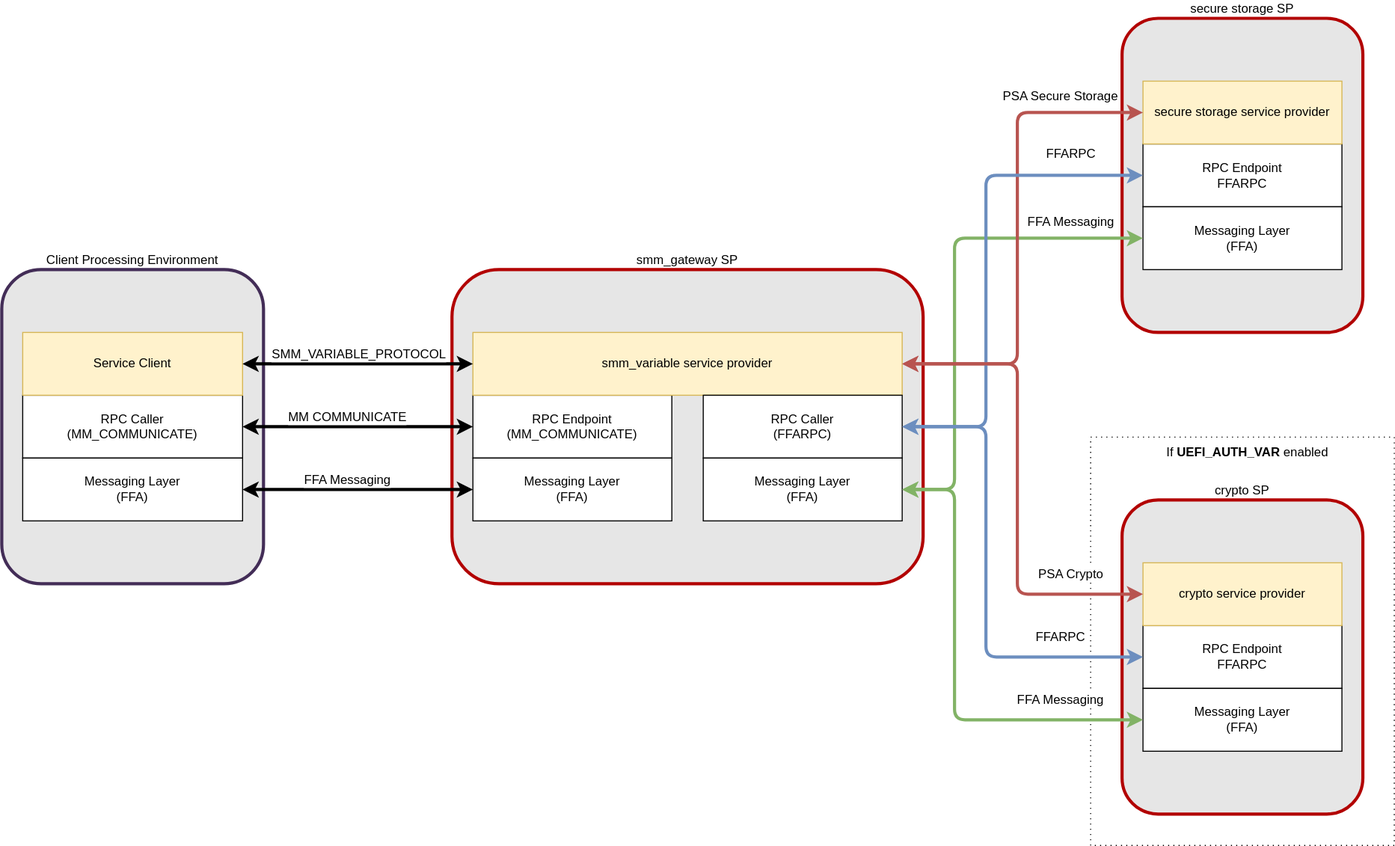
Before: docs/services/image/smm-gateway-layers.svg, a diagram exported from draw.io (robbie-cao/trusted-services). Source tidied: cells renumbered, new cells last; positions are measured from the earlier drawing's top-left corner, leaving out a move shared by most shapes.
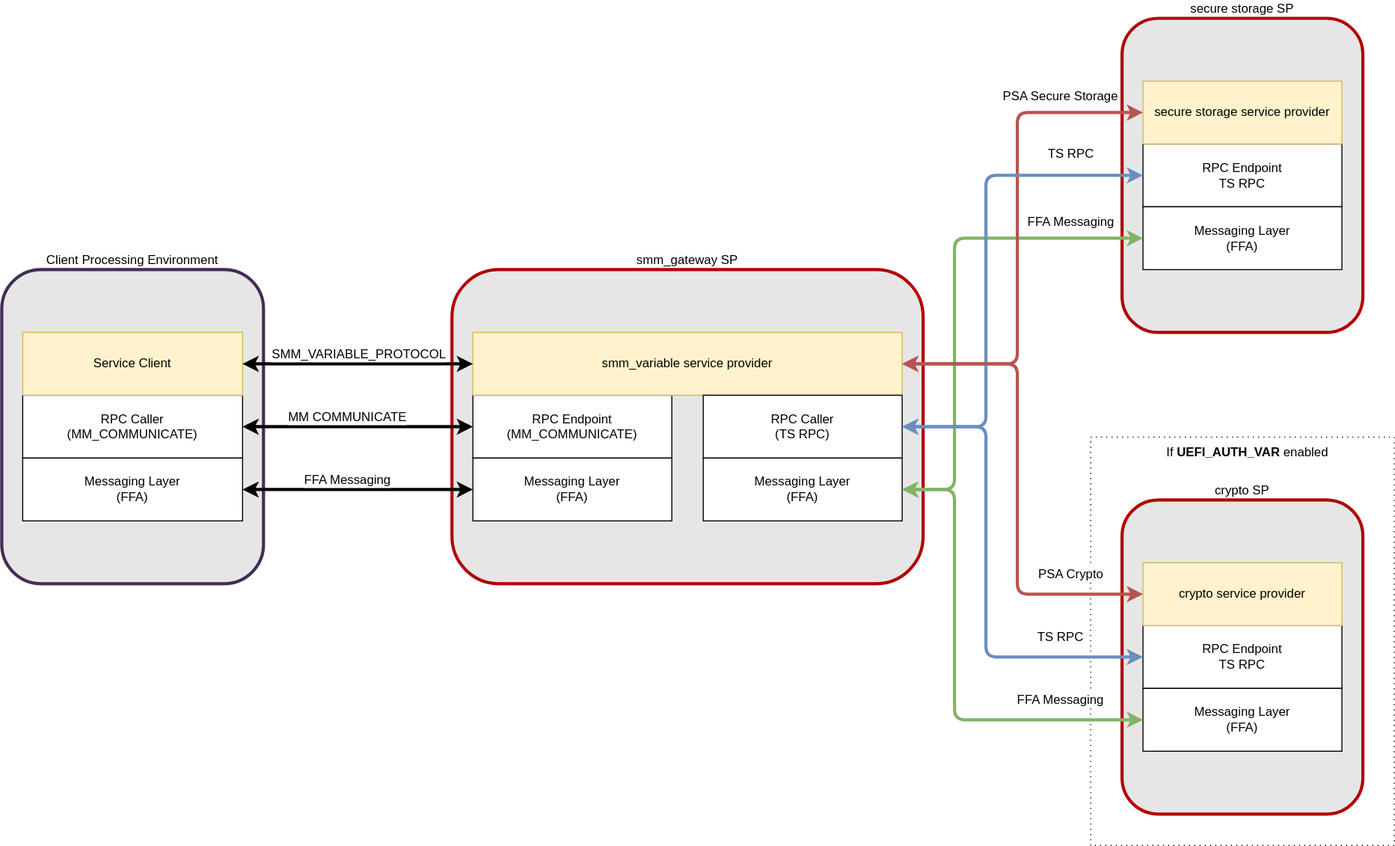
Above is the later version.

Commit message:
Update UEFI SMM services protocol documentation

Update MM communicate register ABI documentation to match the
implementation.

Change to the diagram source:
```diff
@@ -57,7 +57,7 @@
         <mxPoint x="27" y="-10" as="offset" />
       </mxGeometry>
     </mxCell>
-    <mxCell id="17" value="RPC Caller&lt;br&gt;(FFARPC)" style="rounded=0;whiteSpace=wrap;html=1;" parent="1" vertex="1">
+    <mxCell id="17" value="RPC Caller&lt;br&gt;(TS RPC)" style="rounded=0;whiteSpace=wrap;html=1;" parent="1" vertex="1">
       <mxGeometry x="670" y="360" width="190" height="60" as="geometry" />
     </mxCell>
     <mxCell id="18" value="Messaging Layer&lt;br&gt;(FFA)" style="rounded=0;whiteSpace=wrap;html=1;" parent="1" vertex="1">
@@ -72,7 +72,7 @@
     <mxCell id="21" value="secure storage SP" style="rounded=1;whiteSpace=wrap;html=1;fillColor=#E6E6E6;strokeColor=#B20000;labelPosition=center;verticalLabelPosition=top;align=center;verticalAlign=bottom;fontColor=#000000;strokeWidth=3;" parent="20" vertex="1">
       <mxGeometry width="230" height="300" as="geometry" />
     </mxCell>
-    <mxCell id="22" value="RPC Endpoint&lt;br&gt;FFARPC" style="rounded=0;whiteSpace=wrap;html=1;" parent="20" vertex="1">
+    <mxCell id="22" value="RPC Endpoint&lt;br&gt;TS RPC" style="rounded=0;whiteSpace=wrap;html=1;" parent="20" vertex="1">
       <mxGeometry x="20" y="120" width="190" height="60" as="geometry" />
     </mxCell>
     <mxCell id="23" value="Messaging Layer&lt;br&gt;(FFA)" style="rounded=0;whiteSpace=wrap;html=1;" parent="20" vertex="1">
@@ -115,7 +115,7 @@
         </Array>
       </mxGeometry>
     </mxCell>
-    <mxCell id="30" value="FFARPC" style="text;html=1;align=center;verticalAlign=middle;labelBackgroundColor=#ffffff;" parent="29" vertex="1">
+    <mxCell id="30" value="TS RPC" style="text;html=1;align=center;verticalAlign=middle;labelBackgroundColor=#ffffff;" parent="29" vertex="1">
       <mxGeometry x="-0.25" relative="1" as="geometry">
         <mxPoint x="80" y="-164" as="offset" />
       </mxGeometry>
@@ -126,7 +126,7 @@
     <mxCell id="32" value="crypto SP" style="rounded=1;whiteSpace=wrap;html=1;fillColor=#E6E6E6;strokeColor=#B20000;labelPosition=center;verticalLabelPosition=top;align=center;verticalAlign=bottom;fontColor=#000000;strokeWidth=3;" parent="31" vertex="1">
       <mxGeometry width="230" height="300" as="geometry" />
     </mxCell>
-    <mxCell id="33" value="RPC Endpoint&lt;br&gt;FFARPC" style="rounded=0;whiteSpace=wrap;html=1;" parent="31" vertex="1">
+    <mxCell id="33" value="RPC Endpoint&lt;br&gt;TS RPC" style="rounded=0;whiteSpace=wrap;html=1;" parent="31" vertex="1">
       <mxGeometry x="20" y="120" width="190" height="60" as="geometry" />
     </mxCell>
     <mxCell id="34" value="Messaging Layer&lt;br&gt;(FFA)" style="rounded=0;whiteSpace=wrap;html=1;" parent="31" vertex="1">
@@ -156,7 +156,7 @@
         </Array>
       </mxGeometry>
     </mxCell>
-    <mxCell id="39" value="FFARPC" style="text;html=1;align=center;verticalAlign=middle;labelBackgroundColor=#ffffff;" parent="38" vertex="1">
+    <mxCell id="39" value="TS RPC" style="text;html=1;align=center;verticalAlign=middle;labelBackgroundColor=#ffffff;" parent="38" vertex="1">
       <mxGeometry x="-0.25" relative="1" as="geometry">
         <mxPoint x="70" y="111" as="offset" />
       </mxGeometry>
```
